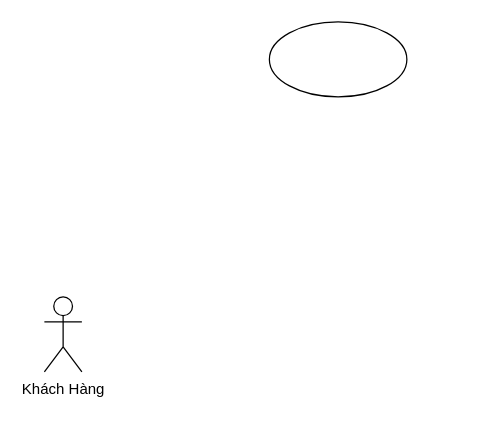
Shadowcatz7/MobileShop keeps this draw.io diagram as usecase phân rã khách hàng.drawio. Above is the earlier version. Source tidied: cells renumbered, new cells numbered last; positions are measured from the earlier drawing's top-left corner, leaving out a move shared by most shapes. Both pictures are drawn from the tidied source at 125%, with x=0, y=0 at pixel (44, 21).
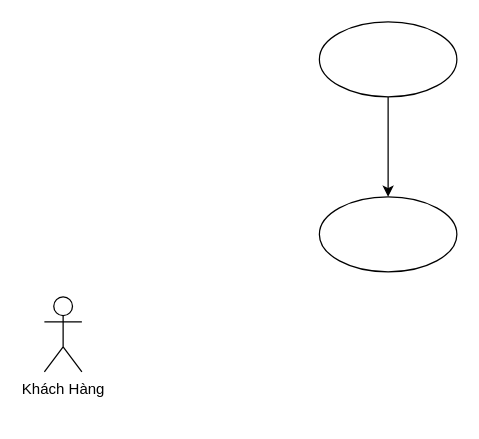
The same diagram, later.

Commit message (it also covers changes not shown here):
Cập nhật usecase phân rã khách hàng.drawio

Change to the diagram source:
```diff
@@
 <mxGraphModel>
   <root>
     <mxCell id="0" />
     <mxCell id="1" parent="0" />
     <mxCell id="2" value="Khách Hàng&lt;div&gt;&lt;br&gt;&lt;/div&gt;" style="shape=umlActor;verticalLabelPosition=bottom;verticalAlign=top;html=1;" parent="1" vertex="1">
       <mxGeometry y="220" width="30" height="60" as="geometry" />
     </mxCell>
+    <mxCell id="4" style="edgeStyle=orthogonalEdgeStyle;rounded=0;jettySize=auto;html=1;" parent="1" edge="1" source="3" target="5">
+      <mxGeometry relative="1" as="geometry" />
+    </mxCell>
     <mxCell id="3" style="ellipse;whiteSpace=wrap;html=1;" parent="1" vertex="1">
-      <mxGeometry x="180" width="110" height="60" as="geometry" />
+      <mxGeometry x="220" width="110" height="60" as="geometry" />
     </mxCell>
+    <mxCell id="5" style="ellipse;whiteSpace=wrap;html=1;" parent="1" vertex="1">
+      <mxGeometry x="220" y="140" width="110" height="60" as="geometry" />
+    </mxCell>
   </root>
 </mxGraphModel>
```
